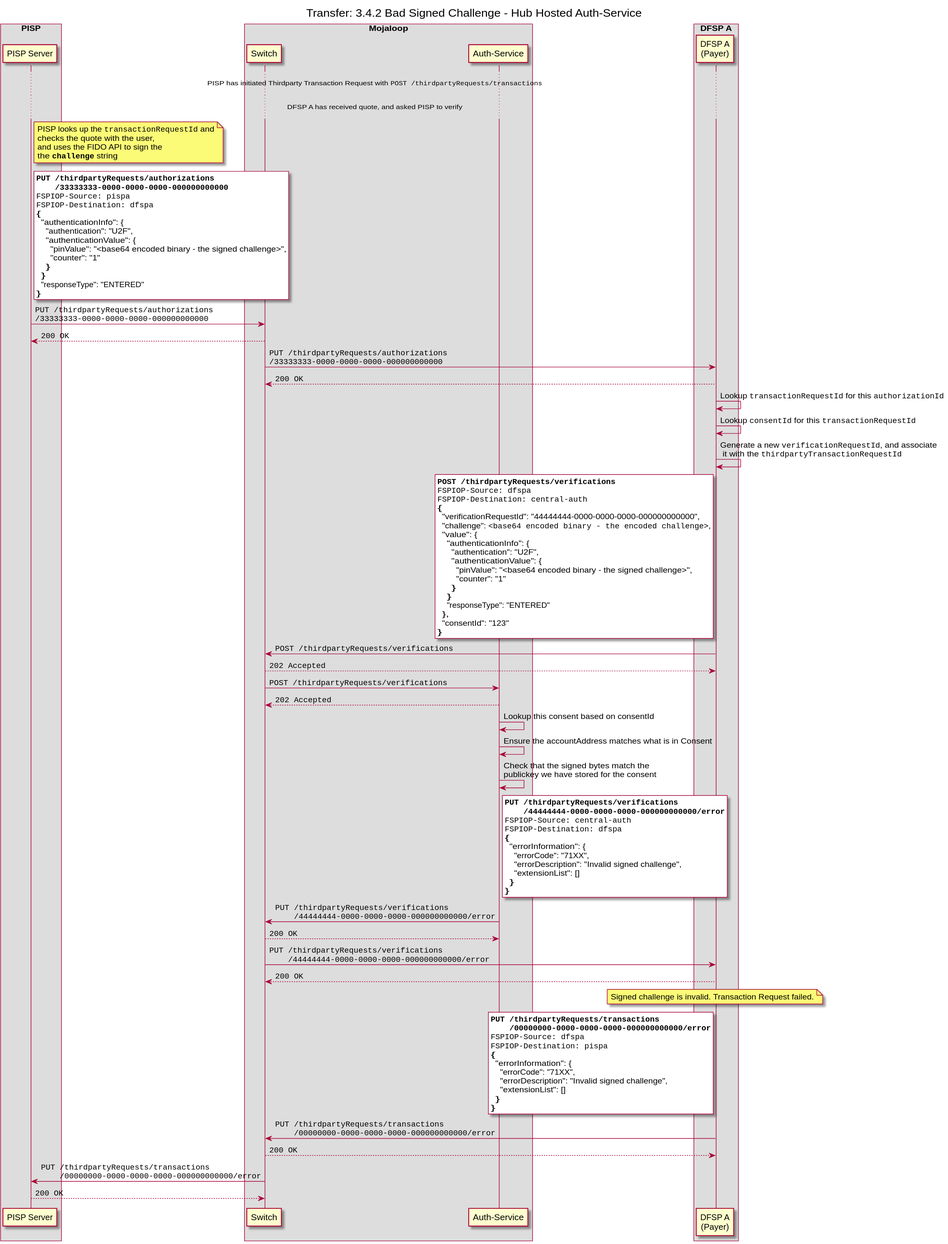
Earlier version of the PlantUML export docs/out/transfer/3-4-2-bad-signed-challenge-auth-service.svg (mojaloop/pisp-project). Its source is kept beside it as docs/transfer/3-4-2-bad-signed-challenge-auth-service.puml.
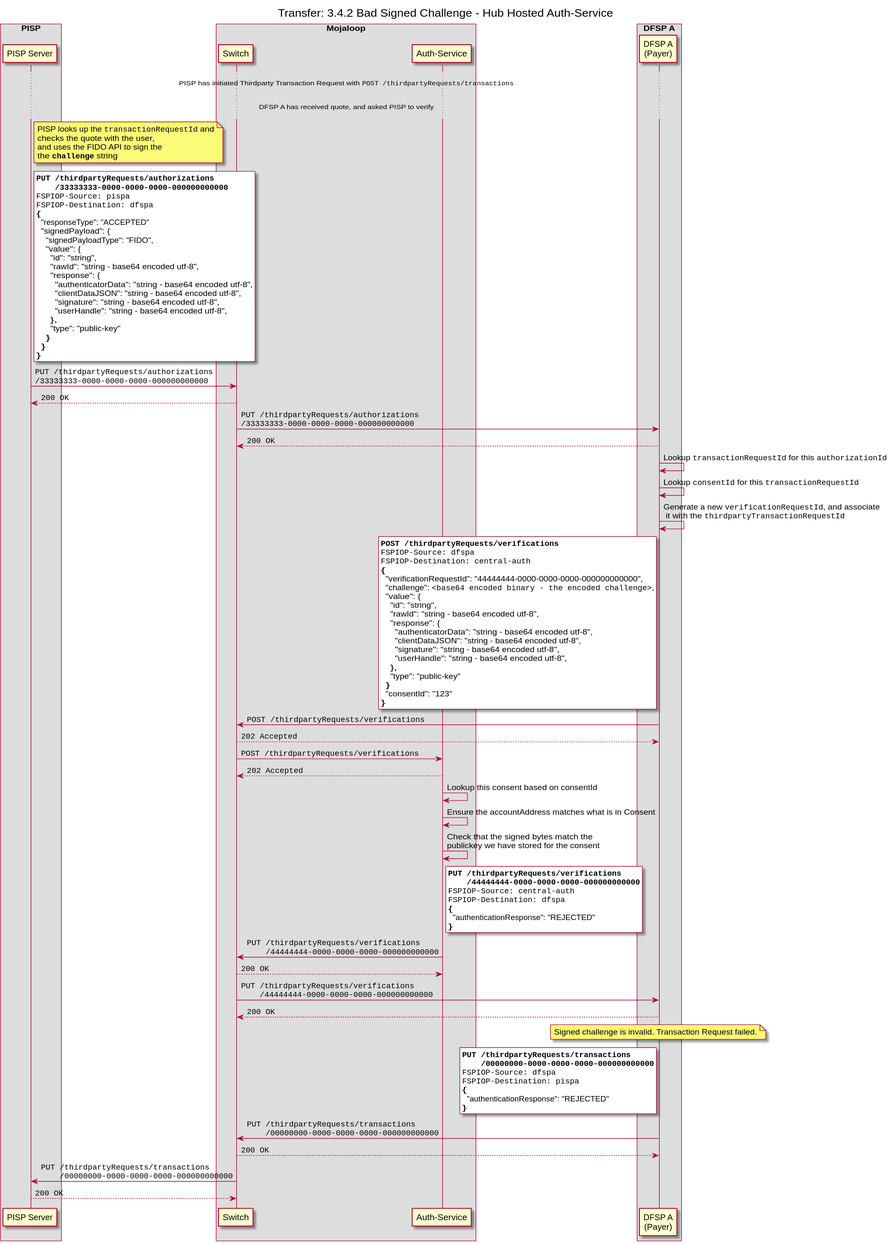
Above is the later version.

Commit message:
chore: update verification response on invalid signature

What changed in the source:
```diff
@@ -32,14 +32,21 @@
 ""FSPIOP-Source: pispa""
 ""FSPIOP-Destination: dfspa""
 {
-  "authenticationInfo": {
-    "authentication": "U2F",
-    "authenticationValue": {
-      "pinValue": "<base64 encoded binary - the signed challenge>",
-      "counter": "1"
+  "responseType": "ACCEPTED"
+  "signedPayload": {
+    "signedPayloadType": "FIDO",
+    "value": {
+      "id": "string",
+      "rawId": "string - base64 encoded utf-8",
+      "response": {
+        "authenticatorData": "string - base64 encoded utf-8",
+        "clientDataJSON": "string - base64 encoded utf-8",
+        "signature": "string - base64 encoded utf-8",
+        "userHandle": "string - base64 encoded utf-8",
+      },
+      "type": "public-key"
     }
   }
-  "responseType": "ENTERED"
 }
 end note
 D1 -> S: ""PUT /thirdpartyRequests/authorizations""\n""/33333333-0000-0000-0000-000000000000""
@@ -61,15 +68,16 @@
   "verificationRequestId": "44444444-0000-0000-0000-000000000000",
   "challenge": ""<base64 encoded binary - the encoded challenge>"",
   "value": {
-    "authenticationInfo": {
-      "authentication": "U2F",
-      "authenticationValue": {
-        "pinValue": "<base64 encoded binary - the signed challenge>",
-        "counter": "1"
-      }
-    }
-    "responseType": "ENTERED"
-  },
+    "id": "string",
+    "rawId": "string - base64 encoded utf-8",
+    "response": {
+      "authenticatorData": "string - base64 encoded utf-8",
+      "clientDataJSON": "string - base64 encoded utf-8",
+      "signature": "string - base64 encoded utf-8",
+      "userHandle": "string - base64 encoded utf-8",
+    },
+    "type": "public-key"
+  }
   "consentId": "123"
 }
 end note
@@ -84,20 +92,16 @@
 
 rnote right of AUTHS #Light
 **""PUT /thirdpartyRequests/verifications""**
-**""    /44444444-0000-0000-0000-000000000000/error""**
+**""    /44444444-0000-0000-0000-000000000000""**
 ""FSPIOP-Source: central-auth""
 ""FSPIOP-Destination: dfspa""
 {
-  "errorInformation": {
-    "errorCode": "71XX",
-    "errorDescription": "Invalid signed challenge",
-    "extensionList": []
-  }
+  "authenticationResponse": "REJECTED"
 }
 end note
-AUTHS -> S: ""PUT /thirdpartyRequests/verifications""\n""    /44444444-0000-0000-0000-000000000000/error""
+AUTHS -> S: ""PUT /thirdpartyRequests/verifications""\n""    /44444444-0000-0000-0000-000000000000""
 S --> AUTHS: ""200 OK""
-S -> D2: ""PUT /thirdpartyRequests/verifications""\n""    /44444444-0000-0000-0000-000000000000/error""
+S -> D2: ""PUT /thirdpartyRequests/verifications""\n""    /44444444-0000-0000-0000-000000000000""
 D2 --> S: ""200 OK""
 
 note over D2
@@ -107,20 +111,16 @@
 
 rnote left of D2 #Light
 **""PUT /thirdpartyRequests/transactions""**
-**""    /00000000-0000-0000-0000-000000000000/error""**
+**""    /00000000-0000-0000-0000-000000000000""**
 ""FSPIOP-Source: dfspa""
 ""FSPIOP-Destination: pispa""
 {
-  "errorInformation": {
-    "errorCode": "71XX",
-    "errorDescription": "Invalid signed challenge",
-    "extensionList": []
-  }
+  "authenticationResponse": "REJECTED"
 }
 end note
-D2 -> S: ""PUT /thirdpartyRequests/transactions""\n""    /00000000-0000-0000-0000-000000000000/error""
+D2 -> S: ""PUT /thirdpartyRequests/transactions""\n""    /00000000-0000-0000-0000-000000000000""
 S --> D2: ""200 OK""
-S -> D1: ""PUT /thirdpartyRequests/transactions""\n""    /00000000-0000-0000-0000-000000000000/error""
+S -> D1: ""PUT /thirdpartyRequests/transactions""\n""    /00000000-0000-0000-0000-000000000000""
 D1 --> S: ""200 OK""
 
 @enduml
```
